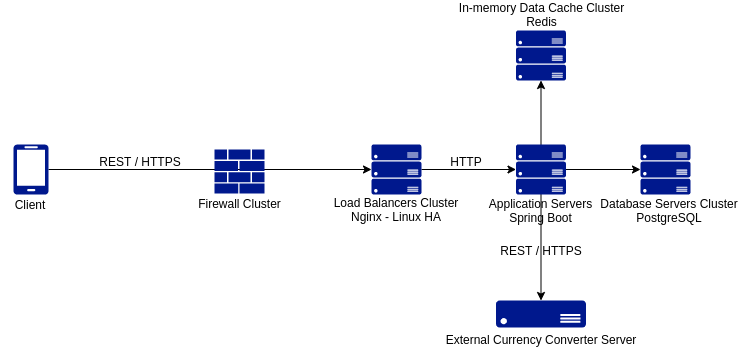
Above: final/architecture/architecture2.png in oiraqi/xcommerce-monolithic (draw.io), before the change. Source tidied: cells renumbered, new cells last; positions are measured from the earlier drawing's top-left corner, leaving out a move shared by most shapes. Its diagram source:
```xml
<mxGraphModel>
  <root>
    <mxCell id="0" />
    <mxCell id="1" parent="0" />
    <mxCell id="2" style="edgeStyle=orthogonalEdgeStyle;rounded=0;jettySize=auto;html=1;exitX=1;exitY=0.5;exitDx=0;exitDy=0;exitPerimeter=0;entryX=0;entryY=0.5;entryDx=0;entryDy=0;entryPerimeter=0;" parent="1" edge="1" source="3" target="17">
      <mxGeometry relative="1" as="geometry" />
    </mxCell>
    <mxCell id="3" style="shadow=0;dashed=0;html=1;strokeColor=none;labelPosition=center;verticalLabelPosition=bottom;verticalAlign=top;align=center;fillColor=#00188D;shape=mxgraph.azure.mobile;" parent="1" vertex="1">
      <mxGeometry x="13" y="140" width="35" height="50" as="geometry" />
    </mxCell>
    <mxCell id="4" style="shadow=0;dashed=0;html=1;strokeColor=none;labelPosition=center;verticalLabelPosition=bottom;verticalAlign=top;align=center;fillColor=#00188D;shape=mxgraph.mscae.enterprise.firewall;" parent="1" vertex="1">
      <mxGeometry x="214" y="145" width="50" height="44" as="geometry" />
    </mxCell>
    <mxCell id="5" style="shadow=0;dashed=0;html=1;strokeColor=none;labelPosition=center;verticalLabelPosition=bottom;verticalAlign=top;align=center;fillColor=#00188D;shape=mxgraph.azure.server;" parent="1" vertex="1">
      <mxGeometry x="495.5" y="296" width="90" height="27" as="geometry" />
    </mxCell>
    <mxCell id="6" value="Firewall Cluster" style="text;html=1;strokeColor=none;fillColor=none;align=center;verticalAlign=middle;whiteSpace=wrap;rounded=0;" parent="1" vertex="1">
      <mxGeometry x="190" y="189" width="99" height="20" as="geometry" />
    </mxCell>
    <mxCell id="7" value="External Currency Converter Server" style="text;html=1;strokeColor=none;fillColor=none;align=center;verticalAlign=middle;whiteSpace=wrap;rounded=0;" parent="1" vertex="1">
      <mxGeometry x="428.5" y="325" width="224" height="20" as="geometry" />
    </mxCell>
    <mxCell id="8" value="Application Servers&lt;br&gt;Spring Boot" style="text;html=1;strokeColor=none;fillColor=none;align=center;verticalAlign=middle;whiteSpace=wrap;rounded=0;" parent="1" vertex="1">
      <mxGeometry x="480" y="196" width="121" height="20" as="geometry" />
    </mxCell>
    <mxCell id="9" value="Database Servers Cluster&lt;br&gt;PostgreSQL" style="text;html=1;strokeColor=none;fillColor=none;align=center;verticalAlign=middle;whiteSpace=wrap;rounded=0;" parent="1" vertex="1">
      <mxGeometry x="590.5" y="196" width="155.5" height="20" as="geometry" />
    </mxCell>
    <mxCell id="10" value="Client" style="text;html=1;strokeColor=none;fillColor=none;align=center;verticalAlign=middle;whiteSpace=wrap;rounded=0;" parent="1" vertex="1">
      <mxGeometry y="190" width="60" height="20" as="geometry" />
    </mxCell>
    <mxCell id="11" style="edgeStyle=orthogonalEdgeStyle;rounded=0;jettySize=auto;html=1;exitX=0.5;exitY=1;exitDx=0;exitDy=0;exitPerimeter=0;entryX=0.5;entryY=0;entryDx=0;entryDy=0;entryPerimeter=0;" parent="1" edge="1" source="14" target="5">
      <mxGeometry relative="1" as="geometry" />
    </mxCell>
    <mxCell id="12" style="edgeStyle=orthogonalEdgeStyle;rounded=0;jettySize=auto;html=1;exitX=1;exitY=0.5;exitDx=0;exitDy=0;exitPerimeter=0;entryX=0;entryY=0.5;entryDx=0;entryDy=0;entryPerimeter=0;" parent="1" edge="1" source="14" target="15">
      <mxGeometry relative="1" as="geometry" />
    </mxCell>
    <mxCell id="13" style="edgeStyle=orthogonalEdgeStyle;rounded=0;jettySize=auto;html=1;exitX=0.5;exitY=0;exitDx=0;exitDy=0;exitPerimeter=0;entryX=0.5;entryY=1;entryDx=0;entryDy=0;entryPerimeter=0;" parent="1" edge="1" source="14" target="19">
      <mxGeometry relative="1" as="geometry" />
    </mxCell>
    <mxCell id="14" style="shadow=0;dashed=0;html=1;strokeColor=none;labelPosition=center;verticalLabelPosition=bottom;verticalAlign=top;align=center;fillColor=#00188D;shape=mxgraph.azure.server_rack;" parent="1" vertex="1">
      <mxGeometry x="515.5" y="140" width="50" height="50" as="geometry" />
    </mxCell>
    <mxCell id="15" style="shadow=0;dashed=0;html=1;strokeColor=none;labelPosition=center;verticalLabelPosition=bottom;verticalAlign=top;align=center;fillColor=#00188D;shape=mxgraph.azure.server_rack;" parent="1" vertex="1">
      <mxGeometry x="640" y="140" width="50" height="50" as="geometry" />
    </mxCell>
    <mxCell id="16" style="edgeStyle=orthogonalEdgeStyle;rounded=0;jettySize=auto;html=1;exitX=1;exitY=0.5;exitDx=0;exitDy=0;exitPerimeter=0;entryX=0;entryY=0.5;entryDx=0;entryDy=0;entryPerimeter=0;" parent="1" edge="1" source="17" target="14">
      <mxGeometry relative="1" as="geometry" />
    </mxCell>
    <mxCell id="17" style="shadow=0;dashed=0;html=1;strokeColor=none;labelPosition=center;verticalLabelPosition=bottom;verticalAlign=top;align=center;fillColor=#00188D;shape=mxgraph.azure.server_rack;" parent="1" vertex="1">
      <mxGeometry x="371" y="140" width="50" height="50" as="geometry" />
    </mxCell>
    <mxCell id="18" value="In-memory Data Cache Cluster&lt;br&gt;Redis" style="text;html=1;strokeColor=none;fillColor=none;align=center;verticalAlign=middle;whiteSpace=wrap;rounded=0;" parent="1" vertex="1">
      <mxGeometry x="452" width="179" height="20" as="geometry" />
    </mxCell>
    <mxCell id="19" style="shadow=0;dashed=0;html=1;strokeColor=none;labelPosition=center;verticalLabelPosition=bottom;verticalAlign=top;align=center;fillColor=#00188D;shape=mxgraph.azure.server_rack;" parent="1" vertex="1">
      <mxGeometry x="515.5" y="26" width="50" height="50" as="geometry" />
    </mxCell>
    <mxCell id="20" value="Load Balancers Cluster&lt;br&gt;Nginx - Linux HA" style="text;html=1;strokeColor=none;fillColor=none;align=center;verticalAlign=middle;whiteSpace=wrap;rounded=0;" parent="1" vertex="1">
      <mxGeometry x="331" y="195" width="130" height="20" as="geometry" />
    </mxCell>
    <mxCell id="21" value="REST / HTTPS" style="text;html=1;strokeColor=none;fillColor=none;align=center;verticalAlign=middle;whiteSpace=wrap;rounded=0;" parent="1" vertex="1">
      <mxGeometry x="90" y="147" width="100" height="20" as="geometry" />
    </mxCell>
    <mxCell id="22" value="REST / HTTPS" style="text;html=1;strokeColor=none;fillColor=none;align=center;verticalAlign=middle;whiteSpace=wrap;rounded=0;" parent="1" vertex="1">
      <mxGeometry x="490.5" y="236" width="100" height="20" as="geometry" />
    </mxCell>
    <mxCell id="23" value="HTTP" style="text;html=1;strokeColor=none;fillColor=none;align=center;verticalAlign=middle;whiteSpace=wrap;rounded=0;" parent="1" vertex="1">
      <mxGeometry x="435.5" y="147" width="60" height="20" as="geometry" />
    </mxCell>
  </root>
</mxGraphModel>
```
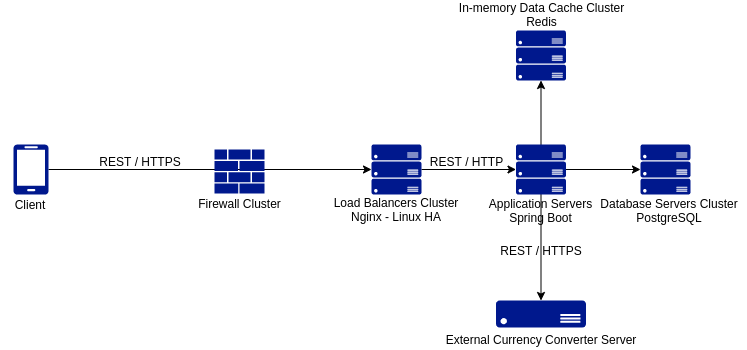
The same diagram one commit later.

Change to the diagram source:
```diff
@@ -65,8 +65,8 @@
     <mxCell id="22" value="REST / HTTPS" style="text;html=1;strokeColor=none;fillColor=none;align=center;verticalAlign=middle;whiteSpace=wrap;rounded=0;" parent="1" vertex="1">
       <mxGeometry x="490.5" y="236" width="100" height="20" as="geometry" />
     </mxCell>
-    <mxCell id="23" value="HTTP" style="text;html=1;strokeColor=none;fillColor=none;align=center;verticalAlign=middle;whiteSpace=wrap;rounded=0;" parent="1" vertex="1">
-      <mxGeometry x="435.5" y="147" width="60" height="20" as="geometry" />
+    <mxCell id="23" value="REST / HTTP" style="text;html=1;strokeColor=none;fillColor=none;align=center;verticalAlign=middle;whiteSpace=wrap;rounded=0;" parent="1" vertex="1">
+      <mxGeometry x="423.5" y="147" width="84.5" height="20" as="geometry" />
     </mxCell>
   </root>
 </mxGraphModel>
```
